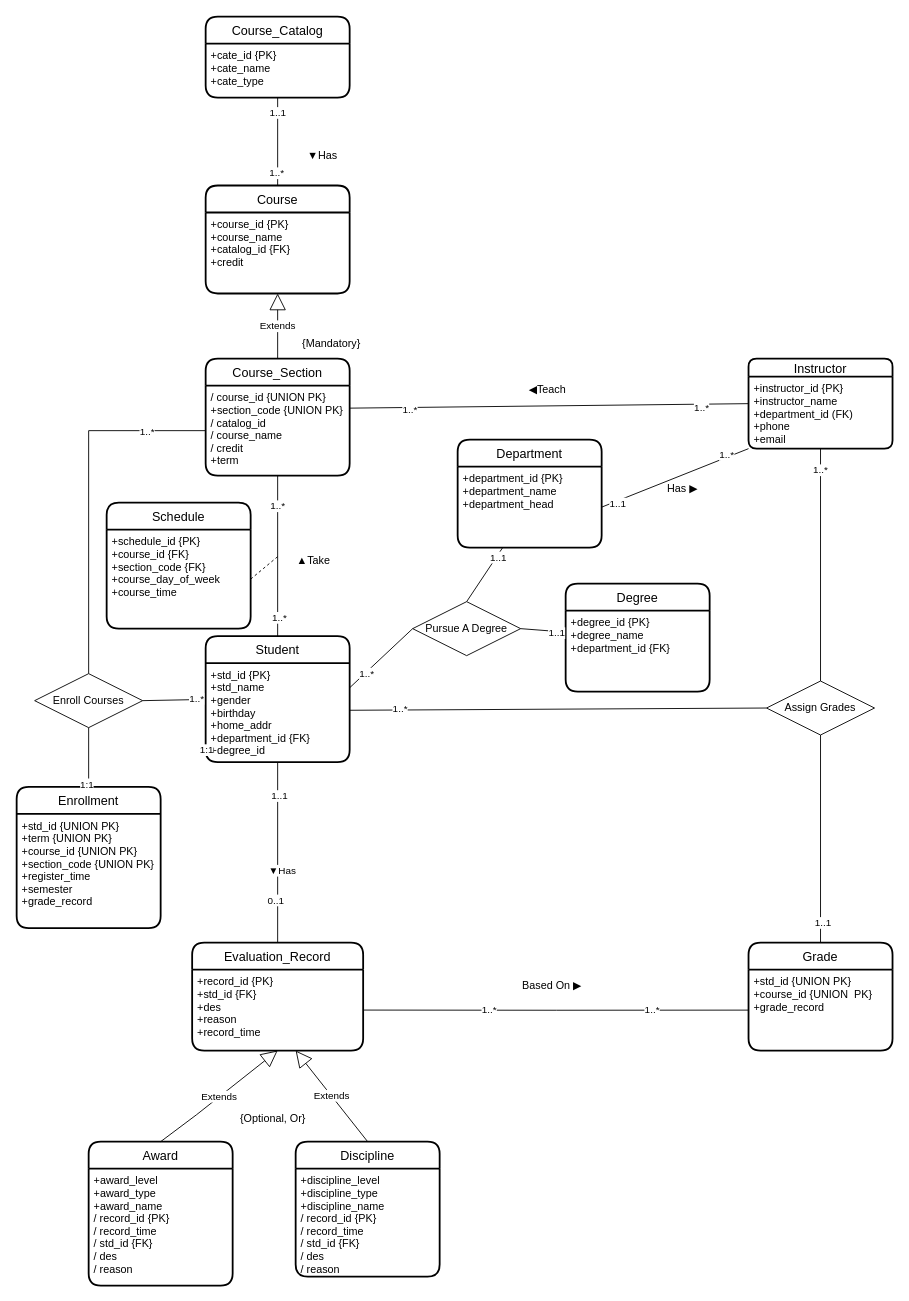
Above: page "第 2 页" (2 of 6) of 未命名绘图2.drawio in bincute/iAmReadingBook (draw.io), before the change. Source tidied: cells renumbered, new cells numbered last; positions are measured from the earlier drawing's top-left corner, leaving out a move shared by most shapes. Both pictures are drawn from the tidied source at 90%, with x=0, y=0 at pixel (16, 16).
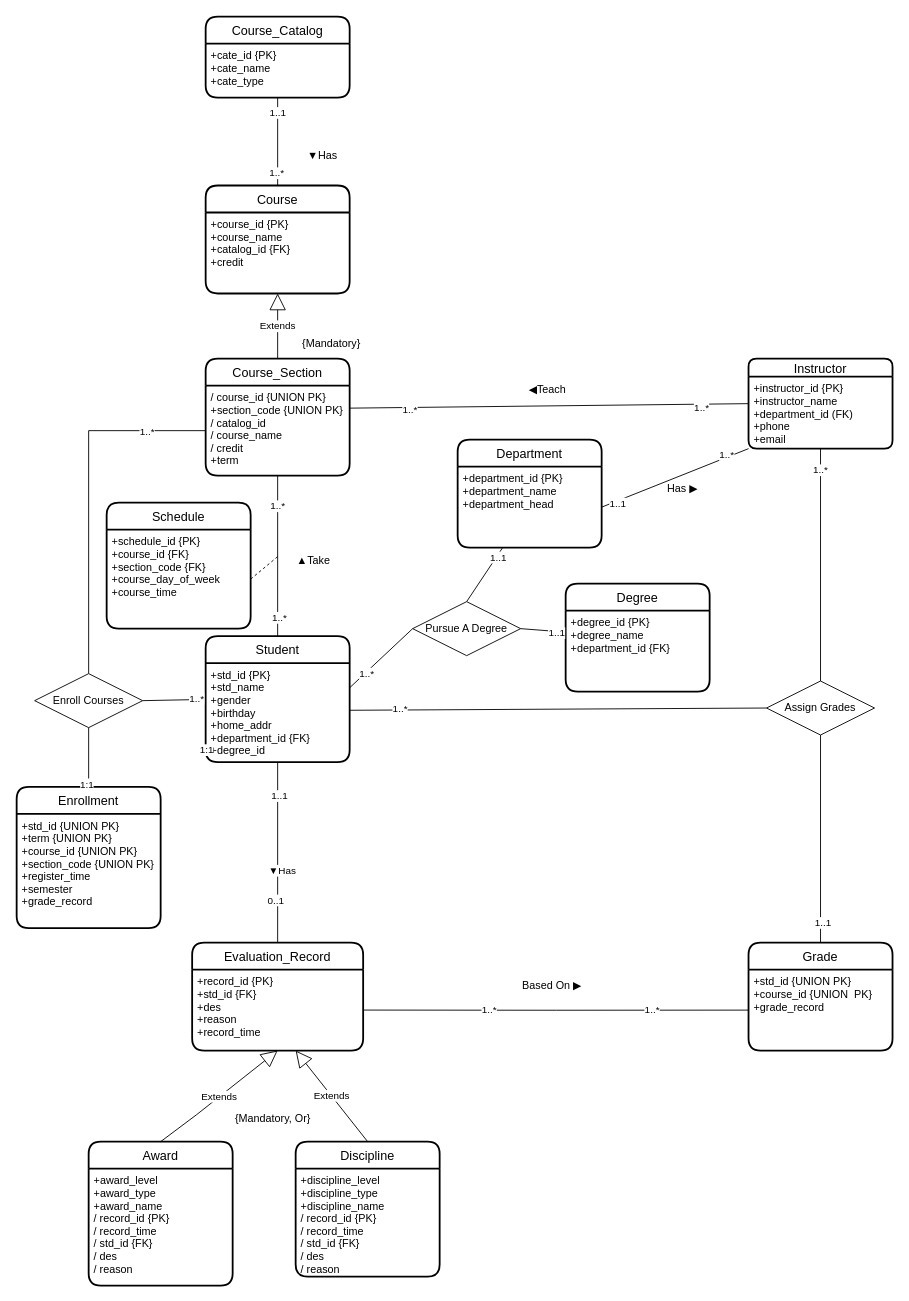
The same diagram, later.

What changed in the source:
```diff
@@
-    <mxCell id="77" value="{Optional, Or}" style="text;html=1;strokeColor=none;fillColor=none;align=center;verticalAlign=middle;whiteSpace=wrap;rounded=0;" parent="1" vertex="1">
+    <mxCell id="77" value="{Mandatory, Or}" style="text;html=1;strokeColor=none;fillColor=none;align=center;verticalAlign=middle;whiteSpace=wrap;rounded=0;" parent="1" vertex="1">
       <mxGeometry x="240" y="1210" width="90" height="30" as="geometry" />
     </mxCell>
```
